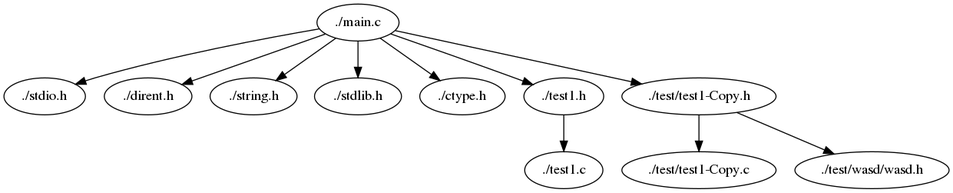
davdav79/ba_makefile_gen keeps this Graphviz diagram as main.png. Above is the earlier version. Its source is kept beside it as main.dot.
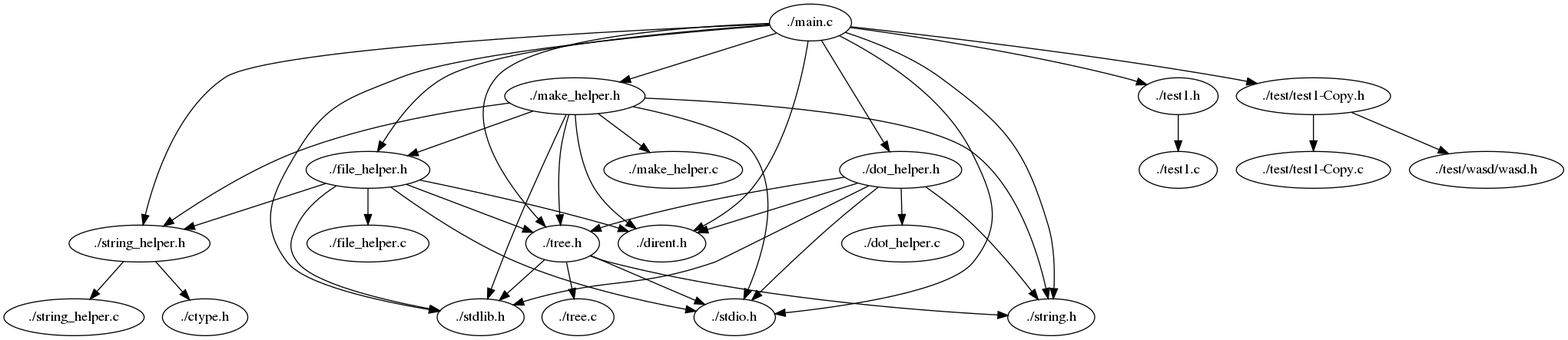
The same diagram one commit later.

Diff of the diagram source:
```diff
@@ -3,7 +3,37 @@
 	"./main.c" -> "./dirent.h";
 	"./main.c" -> "./string.h";
 	"./main.c" -> "./stdlib.h";
-	"./main.c" -> "./ctype.h";
+	"./tree.h" -> "./tree.c";
+	"./tree.h" -> "./stdlib.h";
+	"./tree.h" -> "./string.h";
+	"./tree.h" -> "./stdio.h";
+	"./main.c" -> "./tree.h";
+	"./string_helper.h" -> "./string_helper.c";
+	"./string_helper.h" -> "./ctype.h";
+	"./main.c" -> "./string_helper.h";
+	"./file_helper.h" -> "./file_helper.c";
+	"./file_helper.h" -> "./stdio.h";
+	"./file_helper.h" -> "./dirent.h";
+	"./file_helper.h" -> "./stdlib.h";
+	"./file_helper.h" -> "./tree.h";
+	"./file_helper.h" -> "./string_helper.h";
+	"./main.c" -> "./file_helper.h";
+	"./dot_helper.h" -> "./dot_helper.c";
+	"./dot_helper.h" -> "./stdio.h";
+	"./dot_helper.h" -> "./string.h";
+	"./dot_helper.h" -> "./stdlib.h";
+	"./dot_helper.h" -> "./dirent.h";
+	"./dot_helper.h" -> "./tree.h";
+	"./main.c" -> "./dot_helper.h";
+	"./make_helper.h" -> "./make_helper.c";
+	"./make_helper.h" -> "./stdio.h";
+	"./make_helper.h" -> "./string.h";
+	"./make_helper.h" -> "./stdlib.h";
+	"./make_helper.h" -> "./dirent.h";
+	"./make_helper.h" -> "./tree.h";
+	"./make_helper.h" -> "./string_helper.h";
+	"./make_helper.h" -> "./file_helper.h";
+	"./main.c" -> "./make_helper.h";
 	"./test1.h" -> "./test1.c";
 	"./main.c" -> "./test1.h";
 	"./test/test1-Copy.h" -> "./test/test1-Copy.c";
```
